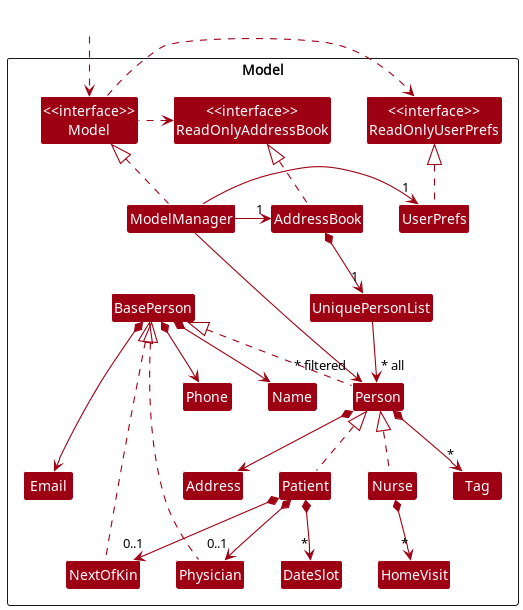
This is docs/images/ModelClassDiagram.png from nus-cs2103-AY2223S1/tp, a PlantUML export, as it was before one commit. The source it was exported from:
```plantuml
@startuml
!include style.puml
skinparam arrowThickness 1.1
skinparam arrowColor MODEL_COLOR
skinparam classBackgroundColor MODEL_COLOR

Package Model <<Rectangle>>{
Class "<<interface>>\nReadOnlyAddressBook" as ReadOnlyAddressBook
Class "<<interface>>\nReadOnlyUserPrefs" as ReadOnlyUserPrefs
Class "<<interface>>\nModel" as Model
Class AddressBook
Class ModelManager
Class UserPrefs

Class UniquePersonList
Class BasePerson
Class Person
Class Patient
Class Nurse
Class NextOfKin
Class Physician
Class Address
Class Email
Class Name
Class Phone
Class Tag
Class DateSlot
Class HomeVisit
}

Class HiddenOutside #FFFFFF
HiddenOutside ..> Model

AddressBook .up.|> ReadOnlyAddressBook

ModelManager .up.|> Model
Model .right.> ReadOnlyUserPrefs
Model .left.> ReadOnlyAddressBook
ModelManager -left-> "1" AddressBook
ModelManager -right-> "1" UserPrefs
UserPrefs .up.|> ReadOnlyUserPrefs

AddressBook *--> "1" UniquePersonList
UniquePersonList --> "~* all" Person
BasePerson *--> Name
BasePerson *--> Phone
BasePerson *--> Email

Person .up.|> BasePerson
Person *--> Address
Person *--> "*" Tag

Physician .up.|> BasePerson
NextOfKin .up.|> BasePerson

Patient .up.|> Person
Patient *--> "*" DateSlot
Patient *--> "0..1" Physician
Patient *--> "0..1" NextOfKin

Nurse .up.|> Person
Nurse *--> "*" HomeVisit

Name -[hidden]right-> Phone
Phone -[hidden]right-> Address
Address -[hidden]right-> Email

ModelManager -->"~* filtered" Person
@enduml
```
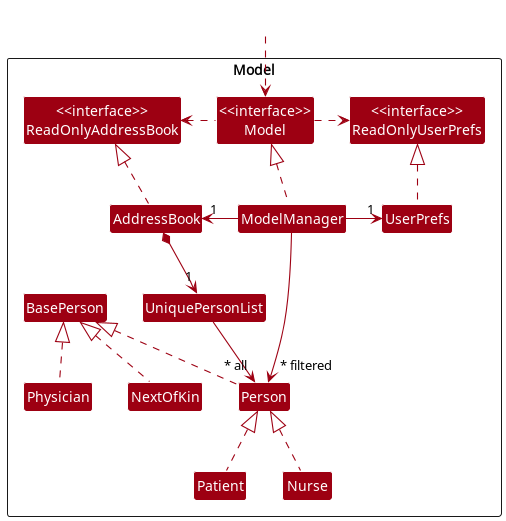
Above is the later version.

Commit message:
Update model class diagram

Diff of the diagram source:
```diff
@@ -13,19 +13,12 @@
 Class UserPrefs
 
 Class UniquePersonList
+Class Person
 Class BasePerson
-Class Person
+Class Physician
+Class NextOfKin
 Class Patient
 Class Nurse
-Class NextOfKin
-Class Physician
-Class Address
-Class Email
-Class Name
-Class Phone
-Class Tag
-Class DateSlot
-Class HomeVisit
 }
 
 Class HiddenOutside #FFFFFF
@@ -42,28 +35,12 @@
 
 AddressBook *--> "1" UniquePersonList
 UniquePersonList --> "~* all" Person
-BasePerson *--> Name
-BasePerson *--> Phone
-BasePerson *--> Email
 
 Person .up.|> BasePerson
-Person *--> Address
-Person *--> "*" Tag
-
 Physician .up.|> BasePerson
 NextOfKin .up.|> BasePerson
-
 Patient .up.|> Person
-Patient *--> "*" DateSlot
-Patient *--> "0..1" Physician
-Patient *--> "0..1" NextOfKin
-
 Nurse .up.|> Person
-Nurse *--> "*" HomeVisit
-
-Name -[hidden]right-> Phone
-Phone -[hidden]right-> Address
-Address -[hidden]right-> Email
 
 ModelManager -->"~* filtered" Person
 @enduml
```
